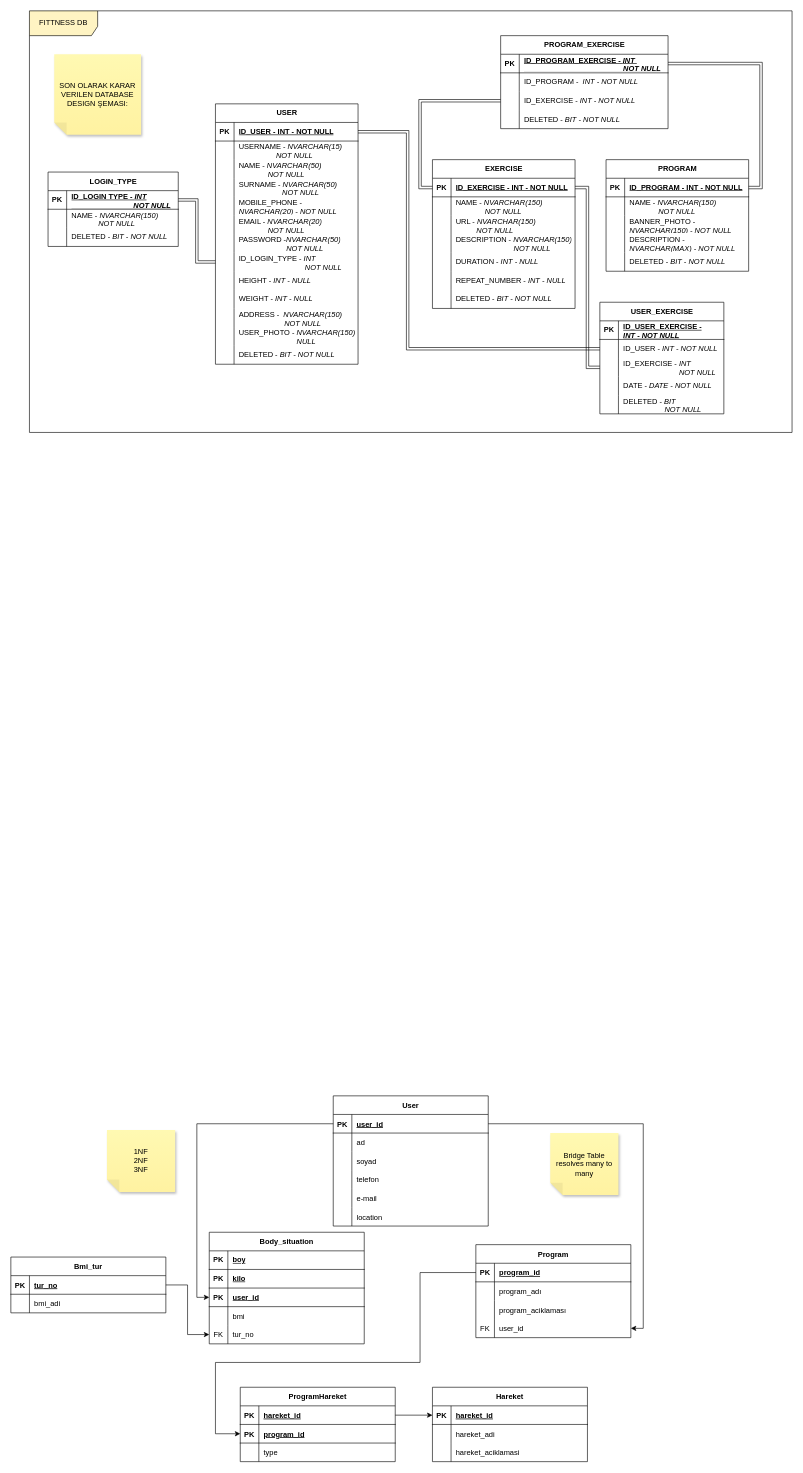
1sancaktar15/NDAT-Proje keeps this draw.io diagram as Başlıksız Diyagram.drawio. Above is the earlier version. Source tidied: cells renumbered, new cells numbered last; positions are measured from the earlier drawing's top-left corner, leaving out a move shared by most shapes. Both pictures are drawn from the tidied source at 62%, with x=0, y=0 at pixel (11, 11).
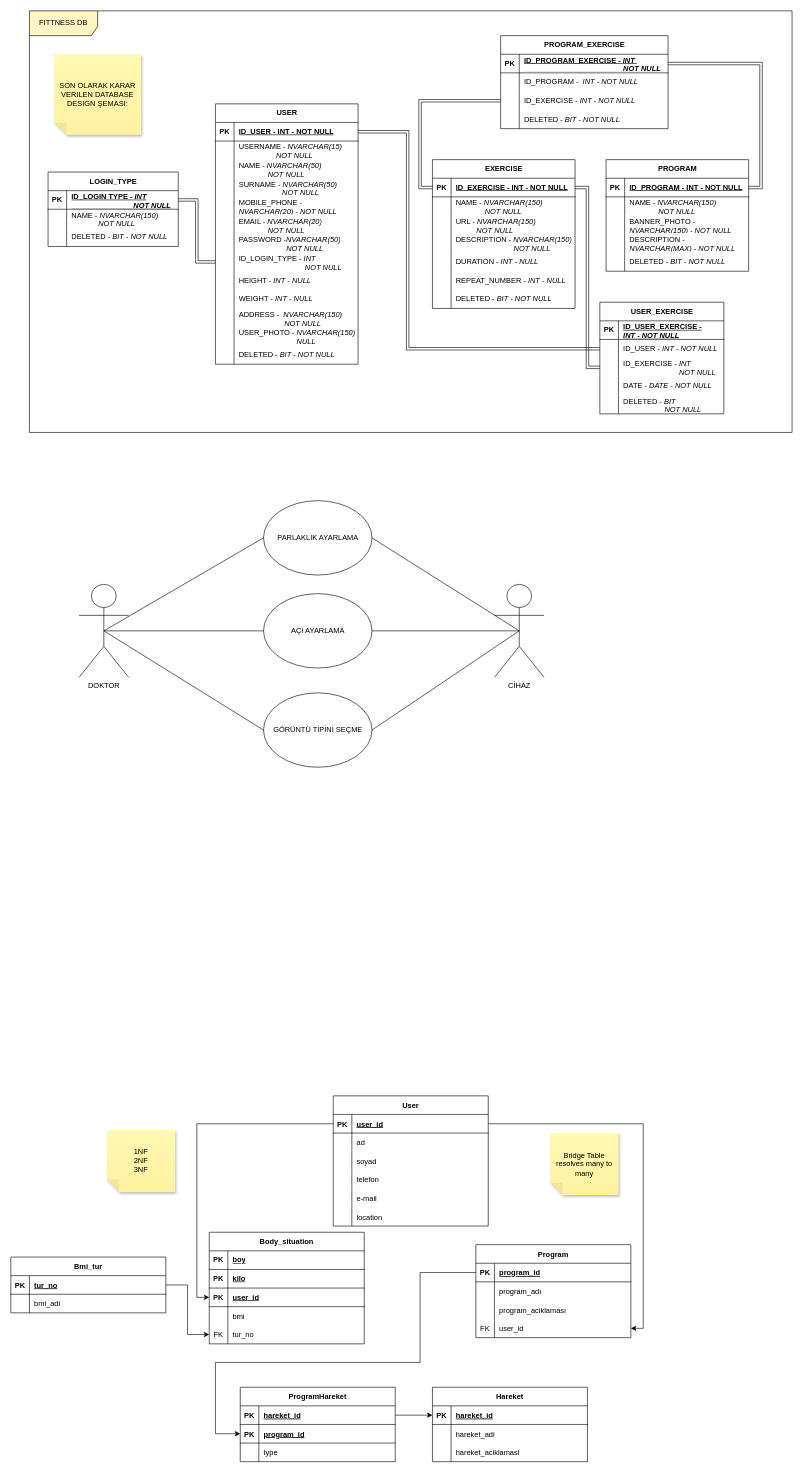
The same page after the edit.

What changed in the source:
```diff
@@
+    <mxCell id="208" value="DOKTOR" style="shape=umlActor;verticalLabelPosition=bottom;verticalAlign=top;html=1;outlineConnect=0;" parent="1" vertex="1">
+      <mxGeometry x="110" y="925" width="80" height="150" as="geometry" />
+    </mxCell>
+    <mxCell id="209" value="CİHAZ" style="shape=umlActor;verticalLabelPosition=bottom;verticalAlign=top;html=1;outlineConnect=0;" parent="1" vertex="1">
+      <mxGeometry x="780" y="925" width="80" height="150" as="geometry" />
+    </mxCell>
+    <mxCell id="210" value="PARLAKLIK AYARLAMA" style="ellipse;whiteSpace=wrap;html=1;" parent="1" vertex="1">
+      <mxGeometry x="407.5" y="790" width="175" height="120" as="geometry" />
+    </mxCell>
+    <mxCell id="211" value="AÇI AYARLAMA" style="ellipse;whiteSpace=wrap;html=1;" parent="1" vertex="1">
+      <mxGeometry x="407.5" y="940" width="175" height="120" as="geometry" />
+    </mxCell>
+    <mxCell id="212" value="GÖRÜNTÜ TİPİNİ SEÇME" style="ellipse;whiteSpace=wrap;html=1;" parent="1" vertex="1">
+      <mxGeometry x="407.5" y="1100" width="175" height="120" as="geometry" />
+    </mxCell>
+    <mxCell id="213" style="endArrow=none;html=1;rounded=0;exitX=0.5;exitY=0.5;exitDx=0;exitDy=0;exitPerimeter=0;entryX=0;entryY=0.5;entryDx=0;entryDy=0;" parent="1" edge="1" source="208" target="210">
+      <mxGeometry relative="1" as="geometry" />
+    </mxCell>
+    <mxCell id="214" style="endArrow=none;html=1;rounded=0;exitX=0.5;exitY=0.5;exitDx=0;exitDy=0;exitPerimeter=0;entryX=0;entryY=0.5;entryDx=0;entryDy=0;" parent="1" edge="1" source="208" target="211">
+      <mxGeometry relative="1" as="geometry" />
+    </mxCell>
+    <mxCell id="215" style="endArrow=none;html=1;rounded=0;entryX=0;entryY=0.5;entryDx=0;entryDy=0;exitX=0.5;exitY=0.5;exitDx=0;exitDy=0;exitPerimeter=0;" parent="1" edge="1" source="208" target="212">
+      <mxGeometry relative="1" as="geometry" />
+    </mxCell>
+    <mxCell id="216" style="endArrow=none;html=1;rounded=0;exitX=0.5;exitY=0.5;exitDx=0;exitDy=0;exitPerimeter=0;entryX=1;entryY=0.5;entryDx=0;entryDy=0;" parent="1" edge="1" source="209" target="210">
+      <mxGeometry relative="1" as="geometry" />
+    </mxCell>
+    <mxCell id="217" style="endArrow=none;html=1;rounded=0;exitX=0.5;exitY=0.5;exitDx=0;exitDy=0;exitPerimeter=0;entryX=1;entryY=0.5;entryDx=0;entryDy=0;" parent="1" edge="1" source="209" target="211">
+      <mxGeometry relative="1" as="geometry" />
+    </mxCell>
+    <mxCell id="218" style="endArrow=none;html=1;rounded=0;entryX=1;entryY=0.5;entryDx=0;entryDy=0;" parent="1" edge="1" target="212">
+      <mxGeometry relative="1" as="geometry">
+        <mxPoint x="820" y="1000" as="sourcePoint" />
+      </mxGeometry>
+    </mxCell>
```
